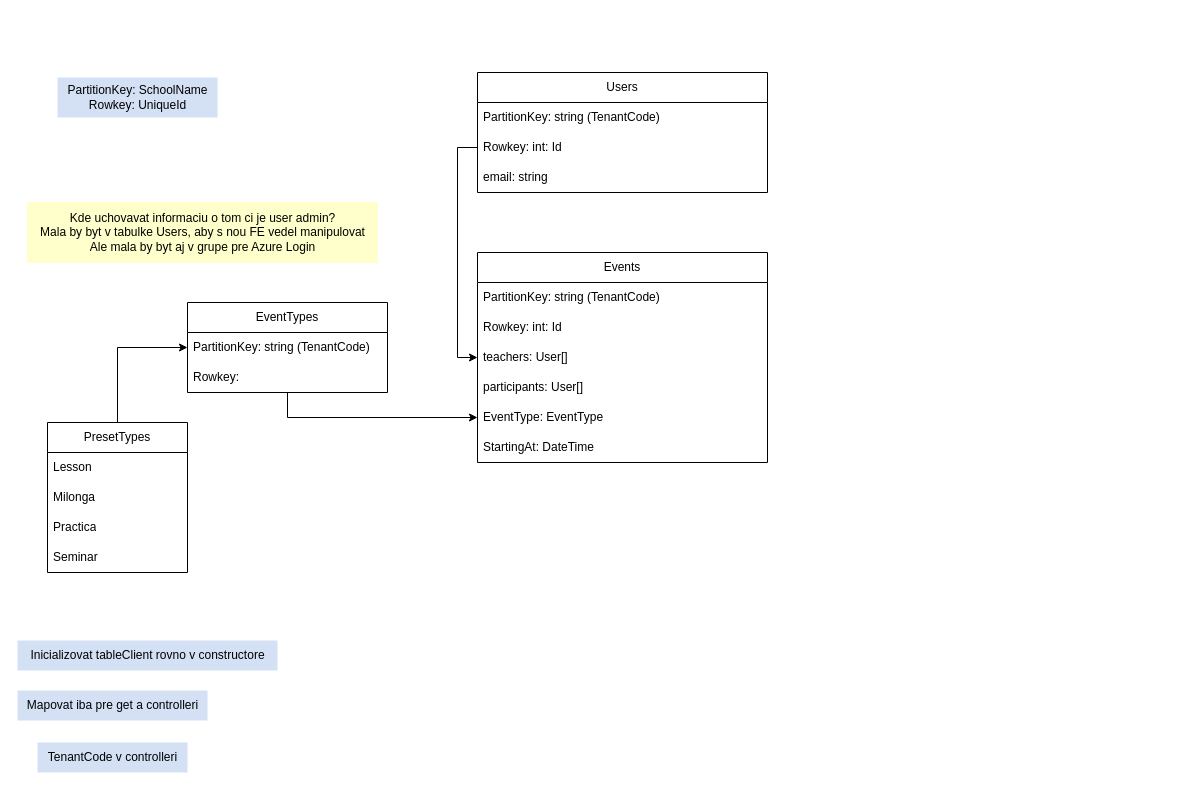
This is Diagrams/Database.drawio from NicolasMacak/ActivityRegistrator.BE, a draw.io file, before an edit. Source tidied: cells renumbered, new cells numbered last; positions are measured from the earlier drawing's top-left corner, leaving out a move shared by most shapes. Both pictures are drawn from the tidied source at 100%, with x=0, y=0 at pixel (17, 72).
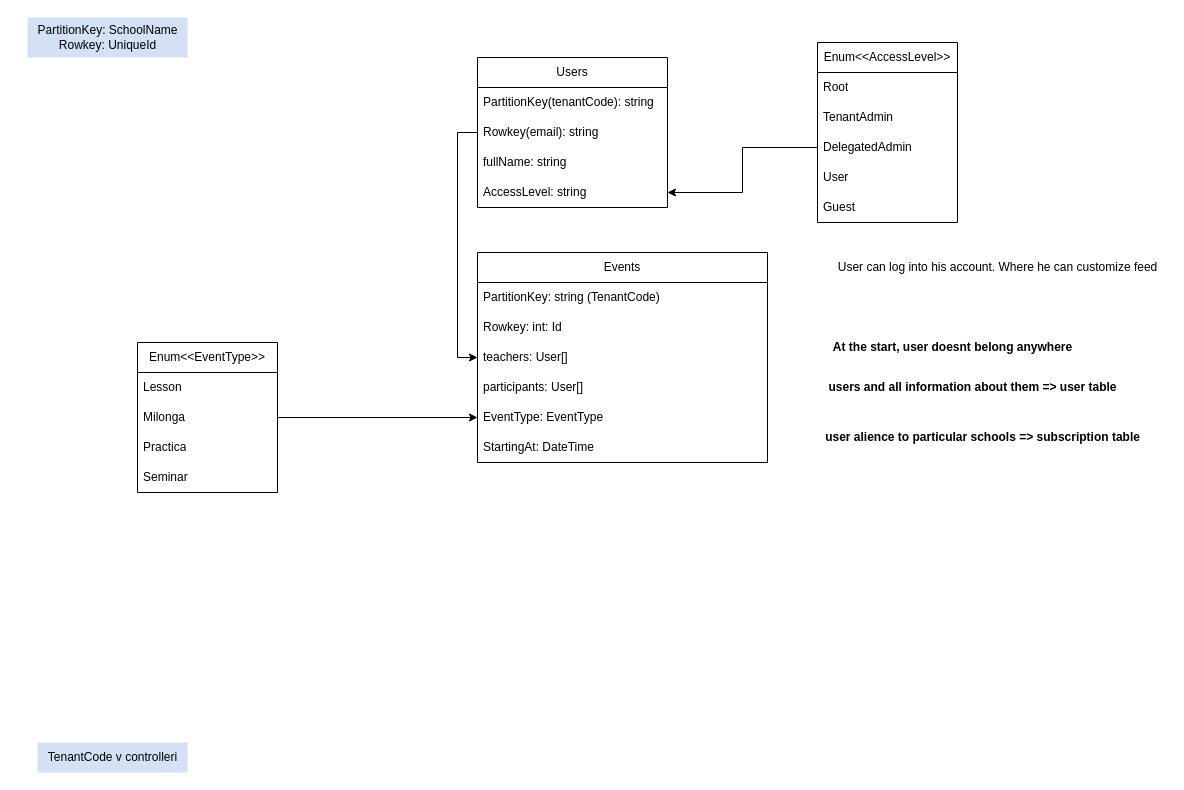
Above is the later version.

The change refers to these unchanged cells:
```xml
<mxCell id="10" value="teachers: User[]" style="text;strokeColor=none;fillColor=none;align=left;verticalAlign=middle;spacingLeft=4;spacingRight=4;overflow=hidden;points=[[0,0.5],[1,0.5]];portConstraint=eastwest;whiteSpace=wrap;html=1;" parent="7" vertex="1">
  <mxGeometry y="90" width="290" height="30" as="geometry" />
</mxCell>
<mxCell id="12" value="EventType: EventType" style="text;strokeColor=none;fillColor=none;align=left;verticalAlign=middle;spacingLeft=4;spacingRight=4;overflow=hidden;points=[[0,0.5],[1,0.5]];portConstraint=eastwest;whiteSpace=wrap;html=1;" parent="7" vertex="1">
  <mxGeometry y="150" width="290" height="30" as="geometry" />
</mxCell>
<mxCell id="18" value="Milonga" style="text;strokeColor=none;fillColor=none;align=left;verticalAlign=middle;spacingLeft=4;spacingRight=4;overflow=hidden;points=[[0,0.5],[1,0.5]];portConstraint=eastwest;whiteSpace=wrap;html=1;" parent="16" vertex="1">
  <mxGeometry y="60" width="140" height="30" as="geometry" />
</mxCell>
```

What changed in the source:
```diff
@@
     <mxCell id="2" value="PartitionKey: SchoolName&lt;div&gt;Rowkey: UniqueId&lt;/div&gt;" style="text;html=1;align=center;verticalAlign=middle;strokeColor=none;fillColor=#D4E1F5;" parent="1" vertex="1">
-      <mxGeometry x="40" y="5" width="160" height="40" as="geometry" />
+      <mxGeometry x="10" y="-55" width="160" height="40" as="geometry" />
     </mxCell>
     <mxCell id="3" value="Users" style="swimlane;fontStyle=0;horizontal=1;startSize=30;whiteSpace=wrap;html=1;" parent="1" vertex="1">
-      <mxGeometry x="460" width="290" height="120" as="geometry" />
+      <mxGeometry x="460" y="-15" width="190" height="150" as="geometry" />
     </mxCell>
-    <mxCell id="4" value="PartitionKey: string (TenantCode)" style="text;strokeColor=none;fillColor=none;align=left;verticalAlign=middle;spacingLeft=4;spacingRight=4;overflow=hidden;whiteSpace=wrap;html=1;" parent="3" vertex="1">
-      <mxGeometry y="30" width="290" height="30" as="geometry" />
+    <mxCell id="4" value="PartitionKey(tenantCode): string" style="text;strokeColor=none;fillColor=none;align=left;verticalAlign=middle;spacingLeft=4;spacingRight=4;overflow=hidden;whiteSpace=wrap;html=1;" parent="3" vertex="1">
+      <mxGeometry y="30" width="190" height="30" as="geometry" />
     </mxCell>
-    <mxCell id="5" value="Rowkey: int: Id" style="text;strokeColor=none;fillColor=none;align=left;verticalAlign=middle;spacingLeft=4;spacingRight=4;overflow=hidden;points=[[0,0.5],[1,0.5]];portConstraint=eastwest;whiteSpace=wrap;html=1;" parent="3" vertex="1">
-      <mxGeometry y="60" width="290" height="30" as="geometry" />
+    <mxCell id="5" value="Rowkey(email): string&amp;nbsp;" style="text;strokeColor=none;fillColor=none;align=left;verticalAlign=middle;spacingLeft=4;spacingRight=4;overflow=hidden;points=[[0,0.5],[1,0.5]];portConstraint=eastwest;whiteSpace=wrap;html=1;" parent="3" vertex="1">
+      <mxGeometry y="60" width="190" height="30" as="geometry" />
     </mxCell>
-    <mxCell id="6" value="email: string" style="text;strokeColor=none;fillColor=none;align=left;verticalAlign=middle;spacingLeft=4;spacingRight=4;overflow=hidden;whiteSpace=wrap;html=1;" parent="3" vertex="1">
-      <mxGeometry y="90" width="290" height="30" as="geometry" />
-    </mxCell>
+    <mxCell id="29" value="fullName: string&amp;nbsp;" style="text;strokeColor=none;fillColor=none;align=left;verticalAlign=middle;spacingLeft=4;spacingRight=4;overflow=hidden;whiteSpace=wrap;html=1;" parent="3" vertex="1">
+      <mxGeometry y="90" width="190" height="30" as="geometry" />
+    </mxCell>
+    <mxCell id="30" value="AccessLevel: string&amp;nbsp;" style="text;strokeColor=none;fillColor=none;align=left;verticalAlign=middle;spacingLeft=4;spacingRight=4;overflow=hidden;points=[[0,0.5],[1,0.5]];portConstraint=eastwest;whiteSpace=wrap;html=1;" parent="3" vertex="1">
+      <mxGeometry y="120" width="190" height="30" as="geometry" />
+    </mxCell>
@@
-    <mxCell id="14" value="Kde uchovavat informaciu o tom ci je user admin?&lt;div&gt;Mala by byt v tabulke Users, aby s nou FE vedel manipulovat&lt;br&gt;Ale mala by byt aj v grupe pre Azure Login&lt;/div&gt;" style="text;html=1;align=center;verticalAlign=middle;strokeColor=#FFFFCC;fillColor=#FFFFCC;" parent="1" vertex="1">
-      <mxGeometry x="10" y="130" width="350" height="60" as="geometry" />
-    </mxCell>
-    <mxCell id="15" style="edgeStyle=orthogonalEdgeStyle;rounded=0;jettySize=auto;html=1;exitX=0.5;exitY=0;exitDx=0;exitDy=0;entryX=0;entryY=0.5;entryDx=0;entryDy=0;" parent="1" edge="1" source="16" target="23">
-      <mxGeometry relative="1" as="geometry" />
-    </mxCell>
-    <mxCell id="16" value="PresetTypes" style="swimlane;fontStyle=0;horizontal=1;startSize=30;whiteSpace=wrap;html=1;" parent="1" vertex="1">
-      <mxGeometry x="30" y="350" width="140" height="150" as="geometry" />
+    <mxCell id="16" value="Enum&amp;lt;&amp;lt;EventType&amp;gt;&amp;gt;" style="swimlane;fontStyle=0;horizontal=1;startSize=30;whiteSpace=wrap;html=1;" parent="1" vertex="1">
+      <mxGeometry x="120" y="270" width="140" height="150" as="geometry" />
     </mxCell>
@@
-    <mxCell id="21" style="edgeStyle=orthogonalEdgeStyle;rounded=0;jettySize=auto;html=1;entryX=0;entryY=0.5;entryDx=0;entryDy=0;" parent="1" edge="1" source="22" target="12">
-      <mxGeometry relative="1" as="geometry" />
-    </mxCell>
-    <mxCell id="22" value="EventTypes" style="swimlane;fontStyle=0;horizontal=1;startSize=30;whiteSpace=wrap;html=1;" parent="1" vertex="1">
-      <mxGeometry x="170" y="230" width="200" height="90" as="geometry" />
-    </mxCell>
-    <mxCell id="23" value="PartitionKey: string (TenantCode)" style="text;strokeColor=none;fillColor=none;align=left;verticalAlign=middle;spacingLeft=4;spacingRight=4;overflow=hidden;points=[[0,0.5],[1,0.5]];portConstraint=eastwest;whiteSpace=wrap;html=1;" parent="22" vertex="1">
-      <mxGeometry y="30" width="200" height="30" as="geometry" />
-    </mxCell>
-    <mxCell id="24" value="Rowkey:&amp;nbsp;" style="text;strokeColor=none;fillColor=none;align=left;verticalAlign=middle;spacingLeft=4;spacingRight=4;overflow=hidden;whiteSpace=wrap;html=1;" parent="22" vertex="1">
-      <mxGeometry y="60" width="200" height="30" as="geometry" />
-    </mxCell>
-    <mxCell id="25" style="edgeStyle=orthogonalEdgeStyle;rounded=0;jettySize=auto;html=1;exitX=0;exitY=0.5;exitDx=0;exitDy=0;entryX=0;entryY=0.5;entryDx=0;entryDy=0;" parent="1" edge="1" source="5" target="10">
+    <mxCell id="25" style="edgeStyle=orthogonalEdgeStyle;rounded=0;jettySize=auto;html=1;exitX=0;exitY=0.5;exitDx=0;exitDy=0;entryX=0;entryY=0.5;entryDx=0;entryDy=0;strokeColor=default;" parent="1" edge="1" source="5" target="10">
       <mxGeometry relative="1" as="geometry" />
     </mxCell>
-    <mxCell id="26" value="Inicializovat tableClient rovno v constructore" style="text;html=1;align=center;verticalAlign=middle;strokeColor=none;fillColor=#D4E1F5;" parent="1" vertex="1">
-      <mxGeometry y="568" width="260" height="30" as="geometry" />
-    </mxCell>
-    <mxCell id="27" value="Mapovat iba pre get a controlleri" style="text;html=1;align=center;verticalAlign=middle;strokeColor=none;fillColor=#D4E1F5;" parent="1" vertex="1">
-      <mxGeometry y="618" width="190" height="30" as="geometry" />
-    </mxCell>
@@
+    <mxCell id="31" value="Enum&amp;lt;&amp;lt;AccessLevel&amp;gt;&amp;gt;" style="swimlane;fontStyle=0;horizontal=1;startSize=30;whiteSpace=wrap;html=1;" parent="1" vertex="1">
+      <mxGeometry x="800" y="-30" width="140" height="180" as="geometry" />
+    </mxCell>
+    <mxCell id="32" value="Root" style="text;strokeColor=none;fillColor=none;align=left;verticalAlign=middle;spacingLeft=4;spacingRight=4;overflow=hidden;whiteSpace=wrap;html=1;" parent="31" vertex="1">
+      <mxGeometry y="30" width="140" height="30" as="geometry" />
+    </mxCell>
+    <mxCell id="33" value="TenantAdmin" style="text;strokeColor=none;fillColor=none;align=left;verticalAlign=middle;spacingLeft=4;spacingRight=4;overflow=hidden;whiteSpace=wrap;html=1;" parent="31" vertex="1">
+      <mxGeometry y="60" width="140" height="30" as="geometry" />
+    </mxCell>
+    <mxCell id="34" value="DelegatedAdmin" style="text;strokeColor=none;fillColor=none;align=left;verticalAlign=middle;spacingLeft=4;spacingRight=4;overflow=hidden;points=[[0,0.5],[1,0.5]];portConstraint=eastwest;whiteSpace=wrap;html=1;" parent="31" vertex="1">
+      <mxGeometry y="90" width="140" height="30" as="geometry" />
+    </mxCell>
+    <mxCell id="35" value="User" style="text;strokeColor=none;fillColor=none;align=left;verticalAlign=middle;spacingLeft=4;spacingRight=4;overflow=hidden;whiteSpace=wrap;html=1;" parent="31" vertex="1">
+      <mxGeometry y="120" width="140" height="30" as="geometry" />
+    </mxCell>
+    <mxCell id="36" value="Guest" style="text;strokeColor=none;fillColor=none;align=left;verticalAlign=middle;spacingLeft=4;spacingRight=4;overflow=hidden;whiteSpace=wrap;html=1;" parent="31" vertex="1">
+      <mxGeometry y="150" width="140" height="30" as="geometry" />
+    </mxCell>
+    <mxCell id="37" style="edgeStyle=orthogonalEdgeStyle;rounded=0;jettySize=auto;html=1;exitX=0;exitY=0.5;exitDx=0;exitDy=0;entryX=1;entryY=0.5;entryDx=0;entryDy=0;" parent="1" edge="1" source="34" target="30">
+      <mxGeometry relative="1" as="geometry" />
+    </mxCell>
+    <mxCell id="38" style="edgeStyle=orthogonalEdgeStyle;rounded=0;jettySize=auto;html=1;exitX=1;exitY=0.5;exitDx=0;exitDy=0;entryX=0;entryY=0.5;entryDx=0;entryDy=0;" parent="1" edge="1" source="18" target="12">
+      <mxGeometry relative="1" as="geometry" />
+    </mxCell>
+    <mxCell id="39" value="&lt;div&gt;User can log into his account. Where he can customize feed&lt;/div&gt;" style="text;html=1;align=center;verticalAlign=middle;strokeColor=none;fillColor=none;" parent="1" vertex="1">
+      <mxGeometry x="810" y="180" width="340" height="30" as="geometry" />
+    </mxCell>
+    <mxCell id="40" value="users and all information about them =&amp;gt; user table" style="text;html=1;align=center;verticalAlign=middle;strokeColor=none;fillColor=none;fontStyle=1;" parent="1" vertex="1">
+      <mxGeometry x="810" y="300" width="290" height="30" as="geometry" />
+    </mxCell>
+    <mxCell id="41" value="user alience to particular schools =&amp;gt; subscription table" style="text;html=1;align=center;verticalAlign=middle;strokeColor=none;fillColor=none;fontStyle=1;" parent="1" vertex="1">
+      <mxGeometry x="810" y="350" width="310" height="30" as="geometry" />
+    </mxCell>
+    <mxCell id="42" value="At the start, user doesnt belong anywhere" style="text;html=1;align=center;verticalAlign=middle;strokeColor=none;fillColor=none;fontStyle=1;" parent="1" vertex="1">
+      <mxGeometry x="810" y="260" width="250" height="30" as="geometry" />
+    </mxCell>
```
